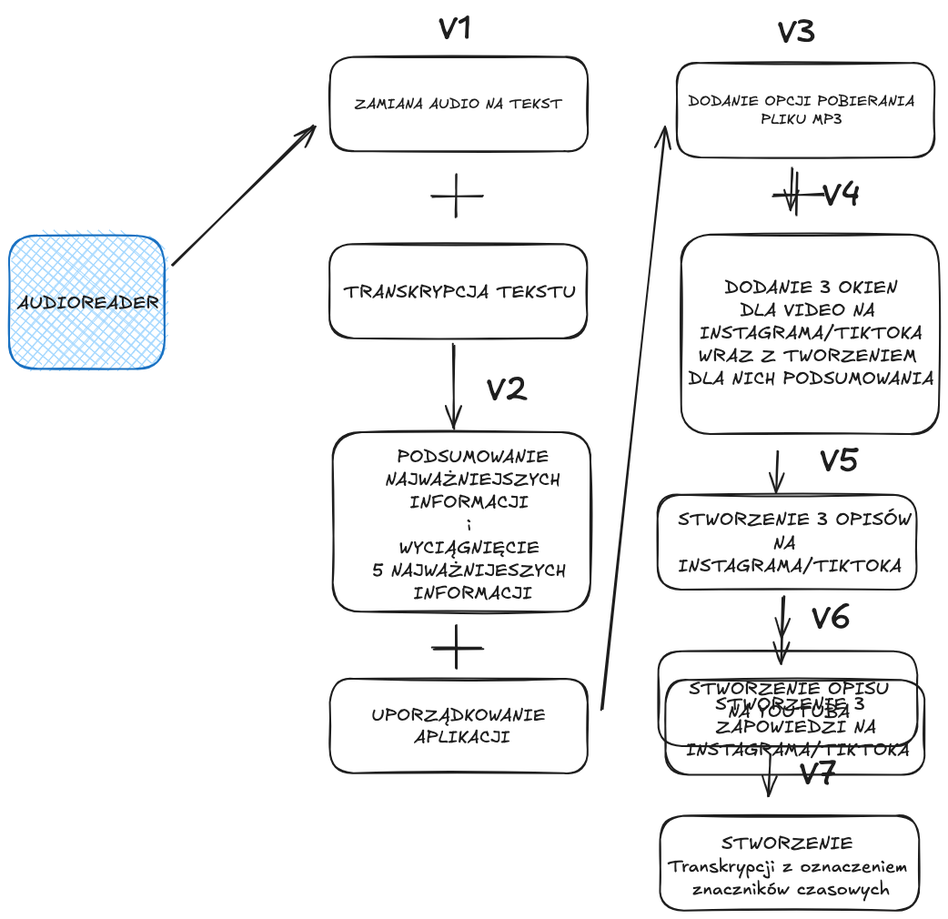
Above: v1.Excalidraw.png in Domingo007/Audioreader (Excalidraw), before the change. Source tidied: one line per element, renumbered; positions are measured from the earlier drawing's top-left corner, leaving out a move shared by most shapes.
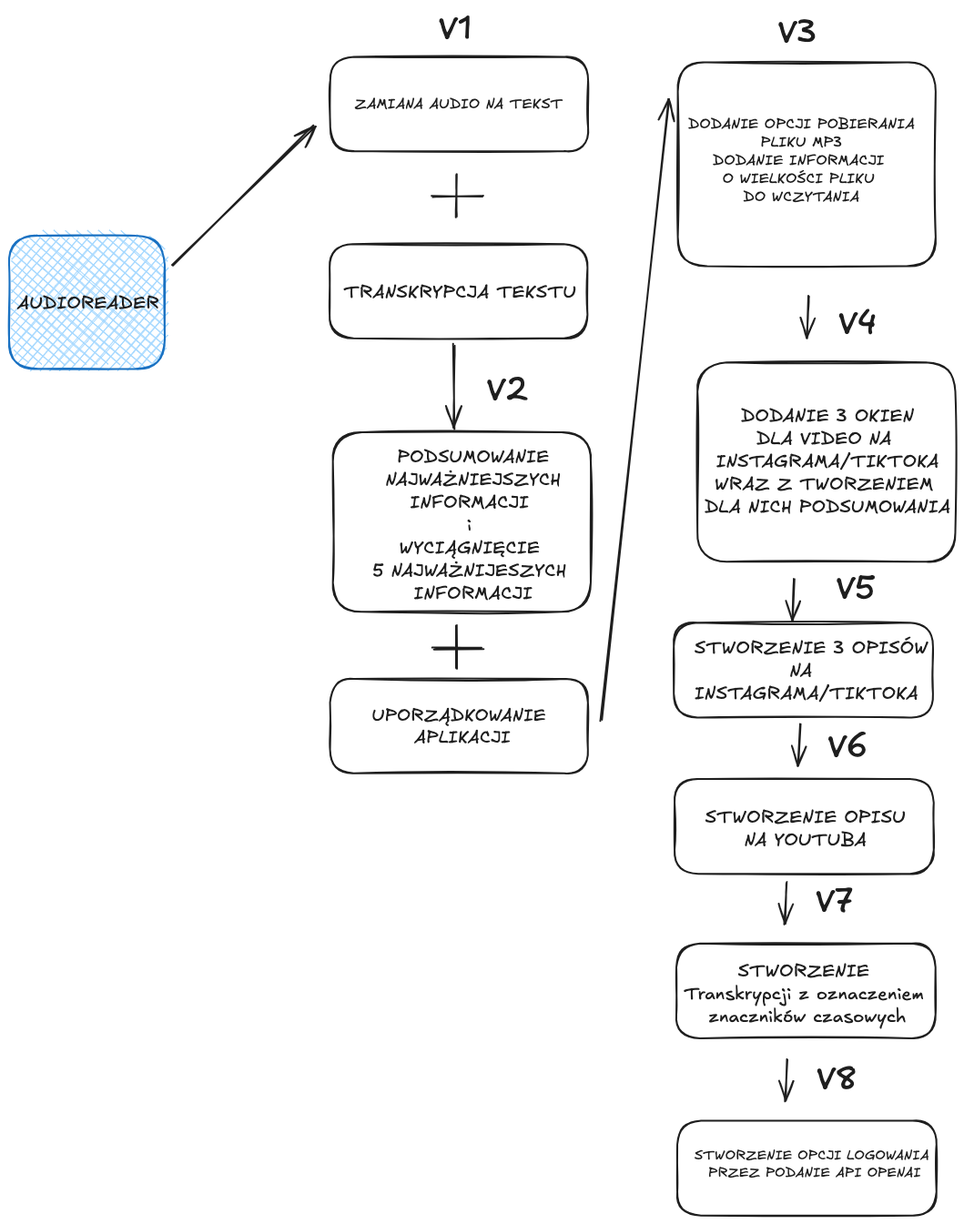
The same file after the commit.

Commit message:
Wersja 3: dodano pobieranie MP3 i TXT, informacja o rozmiarze pliku, poprawiony układ

Diff of the diagram source:
```diff
@@ -6,33 +6,37 @@
 {"id": 5, "type": "text", "text": "TRANSKRYPCJA TEKSTU", "strokeColor": "#1e1e1e", "strokeWidth": 2, "roughness": 1, "fontSize": 20, "fontFamily": 5, "x": 368, "y": 300, "width": 256, "height": 25}
 {"id": 6, "type": "rectangle", "strokeColor": "#1e1e1e", "strokeWidth": 2, "roughness": 1, "round": true, "x": 356, "y": 465, "width": 283, "height": 197}
 {"id": 7, "type": "text", "text": "PODSUMOWANIE\nNAJWAŻNIEJSZYCH\nINFORMACJI \ni \nWYCIĄGNIĘCIE \n5 NAJWAŻNIJESZYCH \nINFORMACJI", "strokeColor": "#1e1e1e", "strokeWidth": 2, "roughness": 1, "fontSize": 20, "fontFamily": 5, "textAlign": "center", "x": 399, "y": 480, "width": 221, "height": 175}
-{"id": 8, "type": "rectangle", "strokeColor": "#1e1e1e", "strokeWidth": 2, "roughness": 1, "round": true, "x": 713, "y": 534, "width": 285, "height": 104}
+{"id": 8, "type": "rectangle", "strokeColor": "#1e1e1e", "strokeWidth": 2, "roughness": 1, "round": true, "x": 730, "y": 674, "width": 285, "height": 104}
-{"id": 9, "type": "text", "text": "STWORZENIE 3 OPISÓW\n             NA \nINSTAGRAMA/TIKTOKA", "strokeColor": "#1e1e1e", "strokeWidth": 2, "roughness": 1, "fontSize": 20.1, "fontFamily": 5, "x": 736, "y": 550, "width": 257, "height": 75}
+{"id": 9, "type": "text", "text": "STWORZENIE 3 OPISÓW\n             NA \nINSTAGRAMA/TIKTOKA", "strokeColor": "#1e1e1e", "strokeWidth": 2, "roughness": 1, "fontSize": 20.1, "fontFamily": 5, "x": 753, "y": 690, "width": 257, "height": 75}
-{"id": 10, "type": "rectangle", "strokeColor": "#1e1e1e", "strokeWidth": 2, "roughness": 1, "round": true, "x": 739, "y": 248, "width": 283, "height": 219}
+{"id": 10, "type": "rectangle", "strokeColor": "#1e1e1e", "strokeWidth": 2, "roughness": 1, "round": true, "x": 756, "y": 388, "width": 283, "height": 219}
-{"id": 11, "type": "text", "text": "DODANIE 3 OKIEN\nDLA VIDEO NA \nINSTAGRAMA/TIKTOKA\nWRAZ Z TWORZENIEM \nDLA NICH PODSUMOWANIA", "strokeColor": "#1e1e1e", "strokeWidth": 2, "roughness": 1, "fontSize": 20.03, "fontFamily": 5, "textAlign": "center", "x": 747, "y": 295, "width": 270, "height": 125}
+{"id": 11, "type": "text", "text": "DODANIE 3 OKIEN\nDLA VIDEO NA \nINSTAGRAMA/TIKTOKA\nWRAZ Z TWORZENIEM \nDLA NICH PODSUMOWANIA", "strokeColor": "#1e1e1e", "strokeWidth": 2, "roughness": 1, "fontSize": 20.03, "fontFamily": 5, "textAlign": "center", "x": 764, "y": 435, "width": 270, "height": 125}
 {"id": 12, "type": "arrow", "strokeColor": "#1e1e1e", "strokeWidth": 2, "roughness": 1, "endArrowhead": "arrow", "round": true, "from": 0, "to": 2, "x": 179, "y": 281, "width": 156, "height": 153, "points": [[0, 0], [156, -153]]}
 {"id": 13, "type": "arrow", "strokeColor": "#1e1e1e", "strokeWidth": 2, "roughness": 1, "endArrowhead": "arrow", "round": true, "x": 489, "y": 369, "width": 1, "height": 92, "points": [[0, 0], [1, 92]]}
 {"id": 14, "type": "text", "text": "V1", "strokeColor": "#1e1e1e", "strokeWidth": 2, "roughness": 1, "fontSize": 36, "fontFamily": 5, "x": 472, "y": 0, "width": 37, "height": 45}
 {"id": 15, "type": "text", "text": "V3", "strokeColor": "#1e1e1e", "strokeWidth": 2, "roughness": 1, "fontSize": 36, "fontFamily": 5, "x": 844, "y": 4, "width": 69, "height": 45}
-{"id": 16, "type": "arrow", "strokeColor": "#1e1e1e", "strokeWidth": 2, "roughness": 1, "endArrowhead": "arrow", "round": true, "to": 9, "x": 845, "y": 485, "width": 2, "height": 46, "points": [[0, 0], [-2, 46]]}
+{"id": 16, "type": "arrow", "strokeColor": "#1e1e1e", "strokeWidth": 2, "roughness": 1, "endArrowhead": "arrow", "round": true, "to": 9, "x": 863, "y": 626, "width": 2, "height": 46, "points": [[0, 0], [-2, 46]]}
 {"id": 17, "type": "text", "text": "V2", "strokeColor": "#1e1e1e", "strokeWidth": 2, "roughness": 1, "fontSize": 36, "fontFamily": 5, "x": 525, "y": 397, "width": 47, "height": 45}
-{"id": 18, "type": "arrow", "strokeColor": "#1e1e1e", "backgroundColor": "#a5d8ff", "fillStyle": "cross-hatch", "strokeWidth": 2, "roughness": 1, "endArrowhead": "arrow", "round": true, "from": 23, "to": 27, "x": 651, "y": 771, "width": 69, "height": 641, "points": [[0, 0], [69, -641]]}
+{"id": 18, "type": "arrow", "strokeColor": "#1e1e1e", "backgroundColor": "#a5d8ff", "fillStyle": "cross-hatch", "strokeWidth": 2, "roughness": 1, "endArrowhead": "arrow", "round": true, "from": 23, "to": 27, "x": 650, "y": 783, "width": 74, "height": 683, "points": [[0, 0], [74, -683]]}
-{"id": 19, "type": "text", "text": "V4", "strokeColor": "#1e1e1e", "strokeWidth": 2, "roughness": 1, "fontSize": 36, "fontFamily": 5, "x": 894, "y": 183, "width": 42, "height": 45}
+{"id": 19, "type": "text", "text": "V4", "strokeColor": "#1e1e1e", "strokeWidth": 2, "roughness": 1, "fontSize": 36, "fontFamily": 5, "x": 911, "y": 324, "width": 42, "height": 45}
-{"id": 20, "type": "text", "text": "V5", "strokeColor": "#1e1e1e", "strokeWidth": 2, "roughness": 1, "fontSize": 36, "fontFamily": 5, "x": 891, "y": 475, "width": 44, "height": 45}
+{"id": 20, "type": "text", "text": "V5", "strokeColor": "#1e1e1e", "strokeWidth": 2, "roughness": 1, "fontSize": 36, "fontFamily": 5, "x": 909, "y": 616, "width": 44, "height": 45}
 {"id": 21, "type": "line", "strokeColor": "#1e1e1e", "strokeWidth": 2, "roughness": 1, "round": true, "x": 465, "y": 207, "width": 55, "height": 1, "points": [[0, 0], [55, -1]]}
 {"id": 22, "type": "line", "strokeColor": "#1e1e1e", "strokeWidth": 2, "roughness": 1, "round": true, "x": 491, "y": 182, "width": 0, "height": 47, "points": [[0, 0], [0, 47]]}
 {"id": 23, "type": "rectangle", "strokeColor": "#1e1e1e", "strokeWidth": 2, "roughness": 1, "round": true, "x": 353, "y": 736, "width": 283, "height": 104}
 {"id": 24, "type": "line", "strokeColor": "#1e1e1e", "strokeWidth": 2, "roughness": 1, "round": true, "x": 465, "y": 703, "width": 55, "height": 1, "points": [[0, 0], [55, -1]]}
 {"id": 25, "type": "line", "strokeColor": "#1e1e1e", "strokeWidth": 2, "roughness": 1, "round": true, "x": 492, "y": 677, "width": 0, "height": 47, "points": [[0, 0], [0, 47]]}
 {"id": 26, "type": "text", "text": "UPORZĄDKOWANIE\n APLIKACJI", "strokeColor": "#1e1e1e", "strokeWidth": 2, "roughness": 1, "fontSize": 19.5, "fontFamily": 5, "textAlign": "center", "x": 399, "y": 765, "width": 191, "height": 49}
-{"id": 27, "type": "rectangle", "strokeColor": "#1e1e1e", "strokeWidth": 2, "roughness": 1, "round": true, "x": 734, "y": 59, "width": 283, "height": 104}
+{"id": 27, "type": "rectangle", "strokeColor": "#1e1e1e", "strokeWidth": 2, "roughness": 1, "round": true, "x": 735, "y": 59, "width": 283, "height": 224}
-{"id": 28, "type": "text", "text": "DODANIE OPCJI POBIERANIA\nPLIKU MP3", "strokeColor": "#1e1e1e", "strokeWidth": 2, "roughness": 1, "fontSize": 16.03, "fontFamily": 5, "textAlign": "center", "x": 747, "y": 92, "width": 249, "height": 40}
+{"id": 28, "type": "text", "text": "DODANIE OPCJI POBIERANIA\nPLIKU MP3\nDODANIE INFORMACJI \nO WIELKOŚCI PLIKU \nDO WCZYTANIA", "strokeColor": "#1e1e1e", "strokeWidth": 2, "roughness": 1, "fontSize": 16.03, "fontFamily": 5, "textAlign": "center", "x": 746, "y": 117, "width": 249, "height": 100}
-{"id": 29, "type": "arrow", "strokeColor": "#1e1e1e", "strokeWidth": 2, "roughness": 1, "endArrowhead": "arrow", "round": true, "x": 861, "y": 175, "width": 2, "height": 46, "points": [[0, 0], [-2, 46]]}
+{"id": 29, "type": "arrow", "strokeColor": "#1e1e1e", "strokeWidth": 2, "roughness": 1, "endArrowhead": "arrow", "round": true, "x": 878, "y": 315, "width": 2, "height": 46, "points": [[0, 0], [-2, 46]]}
-{"id": 30, "type": "rectangle", "strokeColor": "#1e1e1e", "strokeWidth": 2, "roughness": 1, "round": true, "x": 714, "y": 706, "width": 285, "height": 104}
+{"id": 30, "type": "rectangle", "strokeColor": "#1e1e1e", "strokeWidth": 2, "roughness": 1, "round": true, "x": 731, "y": 846, "width": 285, "height": 104}
-{"id": 31, "type": "text", "text": "STWORZENIE OPISU\nNA YOUTUBA", "strokeColor": "#1e1e1e", "strokeWidth": 2, "roughness": 1, "fontSize": 20.1, "fontFamily": 5, "textAlign": "center", "x": 747, "y": 735, "width": 220, "height": 50}
+{"id": 31, "type": "text", "text": "STWORZENIE OPISU\nNA YOUTUBA", "strokeColor": "#1e1e1e", "strokeWidth": 2, "roughness": 1, "fontSize": 20.1, "fontFamily": 5, "textAlign": "center", "x": 765, "y": 876, "width": 220, "height": 50}
-{"id": 32, "type": "arrow", "strokeColor": "#1e1e1e", "strokeWidth": 2, "roughness": 1, "endArrowhead": "arrow", "round": true, "x": 852, "y": 645, "width": 2, "height": 46, "points": [[0, 0], [-2, 46]]}
+{"id": 32, "type": "arrow", "strokeColor": "#1e1e1e", "strokeWidth": 2, "roughness": 1, "endArrowhead": "arrow", "round": true, "x": 869, "y": 786, "width": 2, "height": 46, "points": [[0, 0], [-2, 46]]}
-{"id": 33, "type": "text", "text": "V6", "strokeColor": "#1e1e1e", "strokeWidth": 2, "roughness": 1, "fontSize": 36, "fontFamily": 5, "x": 882, "y": 648, "width": 44, "height": 45}
+{"id": 33, "type": "text", "text": "V6", "strokeColor": "#1e1e1e", "strokeWidth": 2, "roughness": 1, "fontSize": 36, "fontFamily": 5, "x": 899, "y": 789, "width": 44, "height": 45}
-{"id": 34, "type": "rectangle", "strokeColor": "#1e1e1e", "strokeWidth": 2, "roughness": 1, "round": true, "x": 716, "y": 886, "width": 285, "height": 104}
+{"id": 34, "type": "rectangle", "strokeColor": "#1e1e1e", "strokeWidth": 2, "roughness": 1, "round": true, "x": 733, "y": 1027, "width": 285, "height": 104}
-{"id": 35, "type": "text", "text": "STWORZENIE \nTranskrypcji z oznaczeniem \nznaczników czasowych", "strokeColor": "#1e1e1e", "strokeWidth": 2, "roughness": 1, "fontSize": 20.1, "fontFamily": 5, "textAlign": "center", "x": 724, "y": 905, "width": 272, "height": 75}
+{"id": 35, "type": "text", "text": "STWORZENIE \nTranskrypcji z oznaczeniem \nznaczników czasowych", "strokeColor": "#1e1e1e", "strokeWidth": 2, "roughness": 1, "fontSize": 20.1, "fontFamily": 5, "textAlign": "center", "x": 741, "y": 1046, "width": 272, "height": 75}
-{"id": 36, "type": "arrow", "strokeColor": "#1e1e1e", "strokeWidth": 2, "roughness": 1, "endArrowhead": "arrow", "round": true, "x": 836, "y": 819, "width": 2, "height": 46, "points": [[0, 0], [-2, 46]]}
+{"id": 36, "type": "arrow", "strokeColor": "#1e1e1e", "strokeWidth": 2, "roughness": 1, "endArrowhead": "arrow", "round": true, "x": 854, "y": 960, "width": 2, "height": 46, "points": [[0, 0], [-2, 46]]}
-{"id": 37, "type": "text", "text": "V7", "strokeColor": "#1e1e1e", "strokeWidth": 2, "roughness": 1, "fontSize": 36, "fontFamily": 5, "x": 868, "y": 819, "width": 41, "height": 45}
+{"id": 37, "type": "text", "text": "V7", "strokeColor": "#1e1e1e", "strokeWidth": 2, "roughness": 1, "fontSize": 36, "fontFamily": 5, "x": 886, "y": 959, "width": 41, "height": 45}
+{"id": 38, "type": "rectangle", "strokeColor": "#1e1e1e", "strokeWidth": 2, "roughness": 1, "round": true, "x": 734, "y": 1221, "width": 285, "height": 104}
+{"id": 39, "type": "text", "text": "STWORZENIE OPCJI LOGOWANIA \nPRZEZ PODANIE API OPENAI", "strokeColor": "#1e1e1e", "strokeWidth": 2, "roughness": 1, "fontSize": 14.96, "fontFamily": 5, "textAlign": "center", "x": 753, "y": 1251, "width": 264, "height": 37}
+{"id": 40, "type": "arrow", "strokeColor": "#1e1e1e", "strokeWidth": 2, "roughness": 1, "endArrowhead": "arrow", "round": true, "x": 855, "y": 1154, "width": 2, "height": 46, "points": [[0, 0], [-2, 46]]}
+{"id": 41, "type": "text", "text": "V8", "strokeColor": "#1e1e1e", "strokeWidth": 2, "roughness": 1, "fontSize": 36, "fontFamily": 5, "x": 887, "y": 1154, "width": 44, "height": 45}
```
